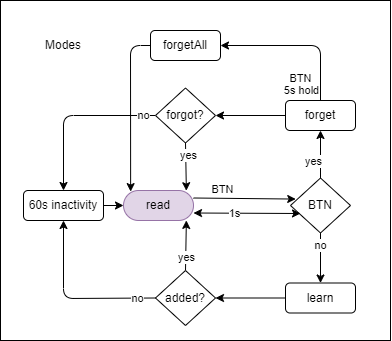
Above: button.drawio.png in imanlangarann/rf-control-monitor (draw.io), before the change. Source tidied: cells renumbered, new cells last; positions are measured from the earlier drawing's top-left corner, leaving out a move shared by most shapes.
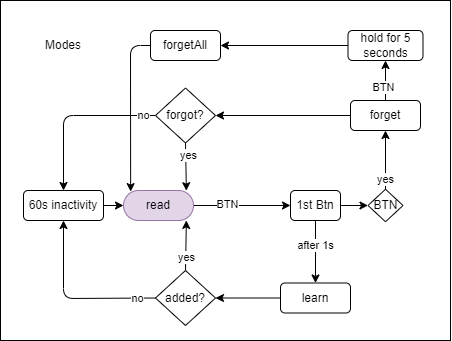
After the change.

Change to the diagram source:
```diff
@@ -3,14 +3,14 @@
     <mxCell id="0" />
     <mxCell id="1" parent="0" />
     <mxCell id="2" style="rounded=0;whiteSpace=wrap;html=1;" parent="1" vertex="1">
-      <mxGeometry width="390" height="340" as="geometry" />
+      <mxGeometry width="450" height="340" as="geometry" />
     </mxCell>
-    <mxCell id="3" style="edgeStyle=none;html=1;exitX=1;exitY=0.25;exitDx=0;exitDy=0;entryX=0.087;entryY=0.383;entryDx=0;entryDy=0;entryPerimeter=0;" parent="1" edge="1" source="5" target="11">
+    <mxCell id="3" style="edgeStyle=none;html=1;exitX=1;exitY=0.5;exitDx=0;exitDy=0;entryX=0;entryY=0.5;entryDx=0;entryDy=0;" parent="1" edge="1" source="5" target="37">
       <mxGeometry relative="1" as="geometry" />
     </mxCell>
     <mxCell id="4" value="BTN" style="edgeLabel;html=1;align=center;verticalAlign=middle;" parent="3" vertex="1">
       <mxGeometry x="-0.35" y="-1" relative="1" as="geometry">
-        <mxPoint x="-5" y="-10" as="offset" />
+        <mxPoint x="2" y="-2" as="offset" />
       </mxGeometry>
     </mxCell>
     <mxCell id="5" value="read" style="rounded=1;whiteSpace=wrap;html=1;fillColor=#e1d5e7;strokeColor=#9673a6;arcSize=50;" parent="1" vertex="1">
@@ -24,48 +24,29 @@
     </mxCell>
     <mxCell id="8" value="yes" style="edgeLabel;html=1;align=center;verticalAlign=middle;" parent="7" vertex="1">
       <mxGeometry x="-0.54" y="2" relative="1" as="geometry">
-        <mxPoint x="-5" y="-6" as="offset" />
+        <mxPoint x="2" y="3" as="offset" />
       </mxGeometry>
     </mxCell>
-    <mxCell id="9" style="edgeStyle=none;html=1;exitX=0.5;exitY=1;exitDx=0;exitDy=0;entryX=0.5;entryY=0;entryDx=0;entryDy=0;" parent="1" edge="1" source="11" target="13">
-      <mxGeometry relative="1" as="geometry" />
-    </mxCell>
-    <mxCell id="10" value="no" style="edgeLabel;html=1;align=center;verticalAlign=middle;" parent="9" vertex="1">
-      <mxGeometry x="-0.62" y="3" relative="1" as="geometry">
-        <mxPoint x="-3" y="3" as="offset" />
-      </mxGeometry>
-    </mxCell>
     <mxCell id="11" value="BTN" style="rhombus;whiteSpace=wrap;html=1;" parent="1" vertex="1">
-      <mxGeometry x="290" y="177.5" width="60" height="55" as="geometry" />
+      <mxGeometry x="367.5" y="188.8" width="35" height="32.5" as="geometry" />
     </mxCell>
     <mxCell id="12" style="edgeStyle=none;html=1;exitX=0;exitY=0.5;exitDx=0;exitDy=0;entryX=1;entryY=0.5;entryDx=0;entryDy=0;" parent="1" edge="1" source="13" target="29">
       <mxGeometry relative="1" as="geometry" />
     </mxCell>
     <mxCell id="13" value="learn" style="rounded=1;whiteSpace=wrap;html=1;" parent="1" vertex="1">
-      <mxGeometry x="285" y="282.5" width="70" height="30" as="geometry" />
+      <mxGeometry x="280" y="282.5" width="70" height="30" as="geometry" />
     </mxCell>
-    <mxCell id="14" style="edgeStyle=none;html=1;exitX=0.5;exitY=0;exitDx=0;exitDy=0;entryX=1;entryY=0.5;entryDx=0;entryDy=0;" parent="1" edge="1" source="18" target="20">
-      <mxGeometry relative="1" as="geometry">
-        <Array as="points">
-          <mxPoint x="320" y="45" />
-        </Array>
-      </mxGeometry>
-    </mxCell>
+    <mxCell id="17" style="edgeStyle=none;html=1;exitX=0;exitY=0.5;exitDx=0;exitDy=0;entryX=1;entryY=0.5;entryDx=0;entryDy=0;" parent="1" edge="1" source="18" target="34">
+      <mxGeometry relative="1" as="geometry" />
+    </mxCell>
+    <mxCell id="35" style="edgeStyle=none;html=1;exitX=0.5;exitY=0;exitDx=0;exitDy=0;entryX=0.5;entryY=1;entryDx=0;entryDy=0;" parent="1" edge="1" source="18" target="39">
+      <mxGeometry relative="1" as="geometry" />
+    </mxCell>
-    <mxCell id="15" value="BTN" style="edgeLabel;html=1;align=center;verticalAlign=middle;" parent="14" vertex="1">
-      <mxGeometry x="-0.53" y="1" relative="1" as="geometry">
-        <mxPoint x="-19" y="14" as="offset" />
-      </mxGeometry>
+    <mxCell id="15" value="BTN" style="edgeLabel;html=1;align=center;verticalAlign=middle;" parent="35" vertex="1">
+      <mxGeometry x="-0.34" y="2" relative="1" as="geometry" />
     </mxCell>
-    <mxCell id="16" value="5s hold" style="edgeLabel;html=1;align=center;verticalAlign=middle;" parent="14" vertex="1">
-      <mxGeometry x="0.15" relative="1" as="geometry">
-        <mxPoint x="15" y="45" as="offset" />
-      </mxGeometry>
-    </mxCell>
-    <mxCell id="17" style="edgeStyle=none;html=1;exitX=0;exitY=0.5;exitDx=0;exitDy=0;entryX=1;entryY=0.5;entryDx=0;entryDy=0;" parent="1" edge="1" source="18" target="34">
-      <mxGeometry relative="1" as="geometry" />
-    </mxCell>
     <mxCell id="18" value="forget" style="rounded=1;whiteSpace=wrap;html=1;" parent="1" vertex="1">
-      <mxGeometry x="285" y="100" width="70" height="30" as="geometry" />
+      <mxGeometry x="350" y="100" width="70" height="30" as="geometry" />
     </mxCell>
     <mxCell id="19" style="edgeStyle=none;html=1;entryX=0.102;entryY=0.037;entryDx=0;entryDy=0;entryPerimeter=0;exitX=0;exitY=0.5;exitDx=0;exitDy=0;" parent="1" edge="1" source="20" target="5">
       <mxGeometry relative="1" as="geometry">
@@ -83,12 +64,10 @@
     <mxCell id="22" value="60s inactivity" style="rounded=1;whiteSpace=wrap;html=1;" parent="1" vertex="1">
       <mxGeometry x="23" y="190" width="80" height="30" as="geometry" />
     </mxCell>
-    <mxCell id="23" style="endArrow=classic;startArrow=classic;html=1;exitX=1;exitY=0.75;exitDx=0;exitDy=0;" parent="1" edge="1" source="5">
-      <mxGeometry relative="1" as="geometry">
-        <mxPoint x="300" y="213" as="targetPoint" />
-      </mxGeometry>
+    <mxCell id="23" style="endArrow=classic;startArrow=none;html=1;exitX=0.5;exitY=1;exitDx=0;exitDy=0;entryX=0.5;entryY=0;entryDx=0;entryDy=0;startFill=0;" parent="1" edge="1" source="37" target="13">
+      <mxGeometry relative="1" as="geometry" />
     </mxCell>
-    <mxCell id="24" value="1s" style="edgeLabel;html=1;align=center;verticalAlign=middle;" parent="23" vertex="1">
+    <mxCell id="24" value="after 1s" style="edgeLabel;html=1;align=center;verticalAlign=middle;" parent="23" vertex="1">
       <mxGeometry x="-0.23" relative="1" as="geometry" />
     </mxCell>
     <mxCell id="25" style="edgeStyle=none;html=1;entryX=0.898;entryY=0.997;entryDx=0;entryDy=0;exitX=0.5;exitY=0;exitDx=0;exitDy=0;entryPerimeter=0;" parent="1" edge="1" source="29" target="5">
@@ -135,5 +114,17 @@
     <mxCell id="34" value="forgot?" style="rhombus;whiteSpace=wrap;html=1;" parent="1" vertex="1">
       <mxGeometry x="155" y="87.5" width="60" height="55" as="geometry" />
     </mxCell>
+    <mxCell id="36" style="edgeStyle=none;html=1;exitX=1;exitY=0.5;exitDx=0;exitDy=0;entryX=0;entryY=0.5;entryDx=0;entryDy=0;startArrow=none;startFill=0;" parent="1" edge="1" source="37" target="11">
+      <mxGeometry relative="1" as="geometry" />
+    </mxCell>
+    <mxCell id="37" value="1st Btn" style="rounded=1;whiteSpace=wrap;html=1;" parent="1" vertex="1">
+      <mxGeometry x="290" y="190" width="50" height="30" as="geometry" />
+    </mxCell>
+    <mxCell id="38" style="edgeStyle=none;html=1;exitX=0;exitY=0.5;exitDx=0;exitDy=0;entryX=1;entryY=0.5;entryDx=0;entryDy=0;" parent="1" edge="1" source="39" target="20">
+      <mxGeometry relative="1" as="geometry" />
+    </mxCell>
+    <mxCell id="39" value="hold for 5 seconds" style="rounded=1;whiteSpace=wrap;html=1;" parent="1" vertex="1">
+      <mxGeometry x="347.5" y="30" width="75" height="30" as="geometry" />
+    </mxCell>
   </root>
 </mxGraphModel>
```
